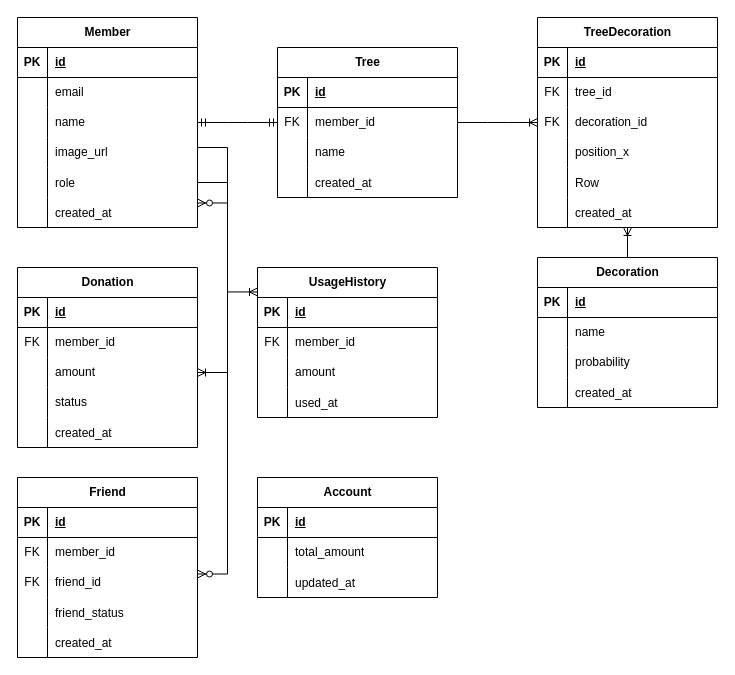
Above: ChaeumERD.drawio in 2025-Advanced-Capstone-Chaeum/ERD (draw.io), before the change. Source tidied: cells renumbered, new cells numbered last; positions are measured from the earlier drawing's top-left corner, leaving out a move shared by most shapes. Both pictures are drawn from the tidied source at 100%, with x=0, y=0 at pixel (17, 17).
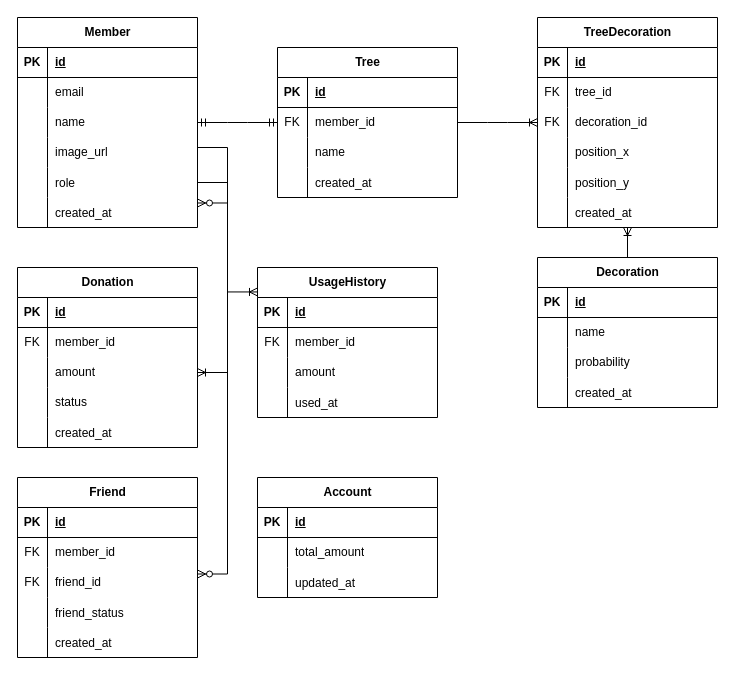
After the change.

Unchanged cells that the change refers to:
```xml
<mxCell id="50" style="shape=tableRow;horizontal=0;startSize=0;swimlaneHead=0;swimlaneBody=0;fillColor=none;top=0;left=0;right=0;bottom=0;" parent="37" vertex="1">
  <mxGeometry y="150" width="180" height="30" as="geometry" />
</mxCell>
```

The edit, as a diff of the source:
```diff
@@
-    <mxCell id="52" value="Row" style="shape=partialRectangle;fillColor=none;top=0;left=0;bottom=0;right=0;align=left;spacingLeft=6;overflow=hidden;" parent="50" vertex="1">
+    <mxCell id="52" value="position_y" style="shape=partialRectangle;fillColor=none;top=0;left=0;bottom=0;right=0;align=left;spacingLeft=6;overflow=hidden;" parent="50" vertex="1">
       <mxGeometry x="30" width="150" height="30" as="geometry" />
     </mxCell>
```
